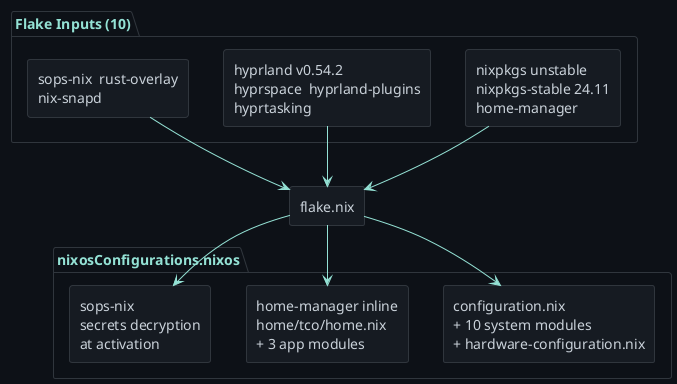
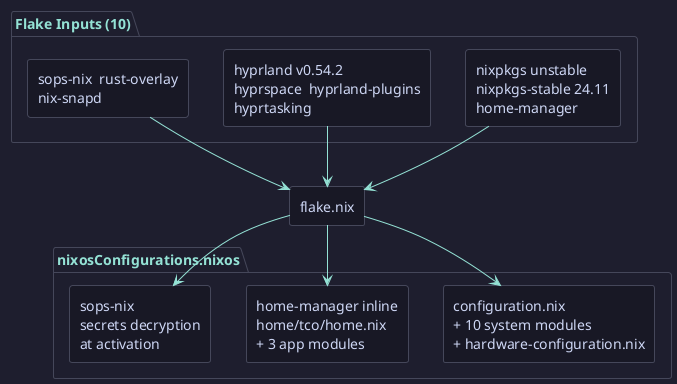
@startuml flake-outputs
!theme plain
- skinparam backgroundColor #0d1117
- skinparam defaultFontColor #c9d1d9
+ skinparam backgroundColor #1e1e2e
+ skinparam defaultFontColor #cdd6f4
skinparam arrowColor #94e2d5
- skinparam borderColor #30363d
+ skinparam borderColor #45475a
skinparam shadowing false

skinparam rectangle {
-   BackgroundColor #161b22
-   BorderColor #30363d
-   FontColor #c9d1d9
+   BackgroundColor #181825
+   BorderColor #45475a
+   FontColor #cdd6f4
}
skinparam package {
-   BackgroundColor #0d1117
-   BorderColor #30363d
+   BackgroundColor #1e1e2e
+   BorderColor #45475a
  FontColor #94e2d5
}

package "Flake Inputs (10)" {
  rectangle "nixpkgs unstable\nnixpkgs-stable 24.11\nhome-manager" as base
  rectangle "hyprland v0.54.2\nhyprspace  hyprland-plugins\nhyprtasking" as hypr
  rectangle "sops-nix  rust-overlay\nnix-snapd" as tools
}

rectangle "flake.nix" as flake

package "nixosConfigurations.nixos" {
  rectangle "configuration.nix\n+ 10 system modules\n+ hardware-configuration.nix" as sys
  rectangle "home-manager inline\nhome/tco/home.nix\n+ 3 app modules" as hm
  rectangle "sops-nix\nsecrets decryption\nat activation" as sops
}

base --> flake
hypr --> flake
tools --> flake
flake --> sys
flake --> hm
flake --> sops

@enduml
